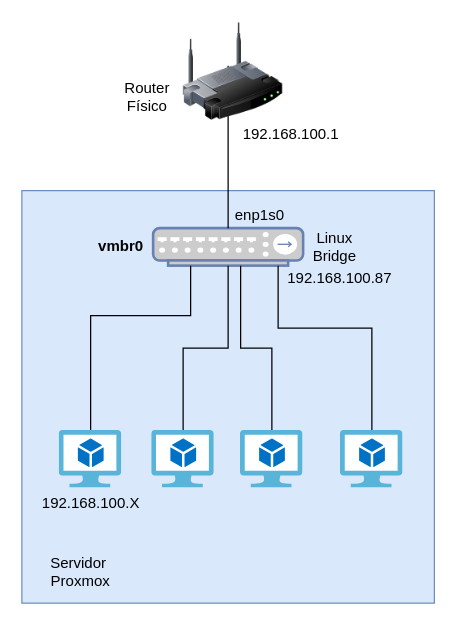
This is modulo7/img/redes.drawio from iesgn/curso_proxmox_cep, a draw.io file, before an edit. Source tidied: cells renumbered, new cells numbered last; positions are measured from the earlier drawing's top-left corner, leaving out a move shared by most shapes. Both pictures are drawn from the tidied source at 125%, with x=0, y=0 at pixel (21, 21).
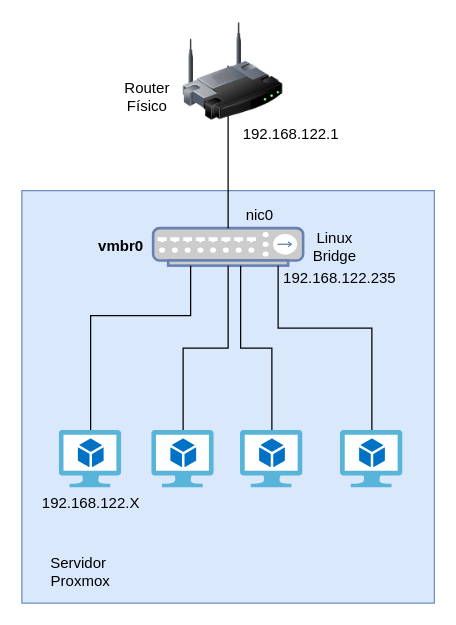
Above is the later version.

What changed in the source:
```diff
@@
-    <mxCell id="8" value="enp1s0" style="text;html=1;align=center;verticalAlign=middle;fillColor=none;strokeColor=none;rounded=0;" parent="1" vertex="1">
+    <mxCell id="8" value="nic0" style="text;html=1;align=center;verticalAlign=middle;fillColor=none;strokeColor=none;rounded=0;" parent="1" vertex="1">
       <mxGeometry x="165" y="145" width="50" height="20" as="geometry" />
     </mxCell>
@@
-    <mxCell id="19" value="192.168.100.1" style="text;html=1;align=center;verticalAlign=middle;fillColor=none;strokeColor=none;rounded=0;" parent="1" vertex="1">
+    <mxCell id="19" value="192.168.122.1" style="text;html=1;align=center;verticalAlign=middle;fillColor=none;strokeColor=none;rounded=0;" parent="1" vertex="1">
       <mxGeometry x="170" y="80" width="90" height="20" as="geometry" />
     </mxCell>
-    <mxCell id="20" value="192.168.100.87" style="text;html=1;align=center;verticalAlign=middle;fillColor=none;strokeColor=none;rounded=0;" parent="1" vertex="1">
+    <mxCell id="20" value="192.168.122.235" style="text;html=1;align=center;verticalAlign=middle;fillColor=none;strokeColor=none;rounded=0;" parent="1" vertex="1">
       <mxGeometry x="204" y="195" width="100" height="20" as="geometry" />
     </mxCell>
-    <mxCell id="21" value="192.168.100.X" style="text;html=1;align=center;verticalAlign=middle;fillColor=none;strokeColor=none;rounded=0;" parent="1" vertex="1">
+    <mxCell id="21" value="192.168.122.X" style="text;html=1;align=center;verticalAlign=middle;fillColor=none;strokeColor=none;rounded=0;" parent="1" vertex="1">
       <mxGeometry x="10" y="375" width="90" height="20" as="geometry" />
     </mxCell>
```
